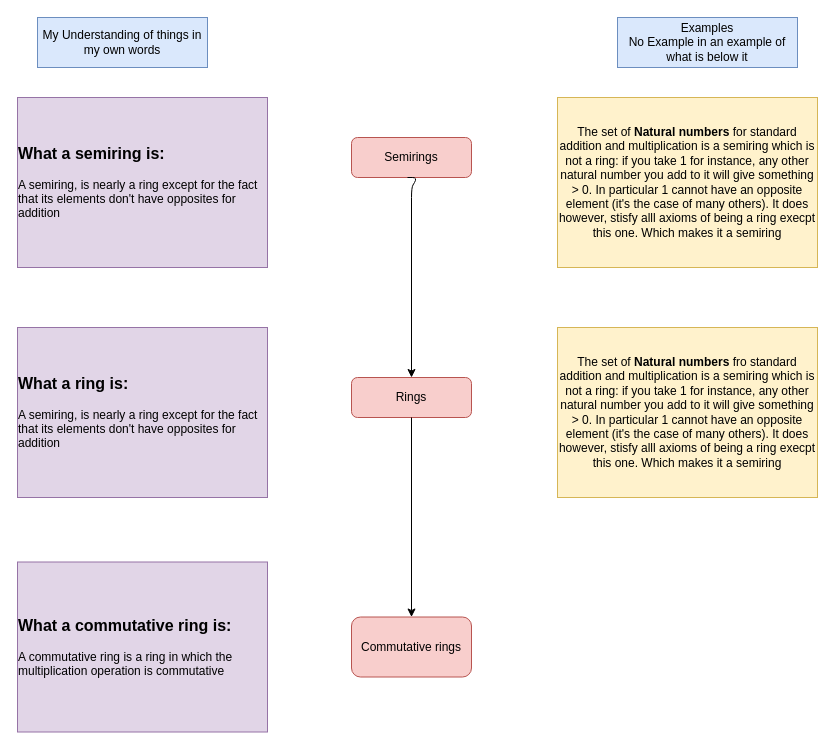
Above: Untitled Diagram.drawio in Amanite2012/Script (draw.io), before the change. Source tidied: cells renumbered, new cells numbered last; positions are measured from the earlier drawing's top-left corner, leaving out a move shared by most shapes. Both pictures are drawn from the tidied source at 100%, with x=0, y=0 at pixel (17, 17).
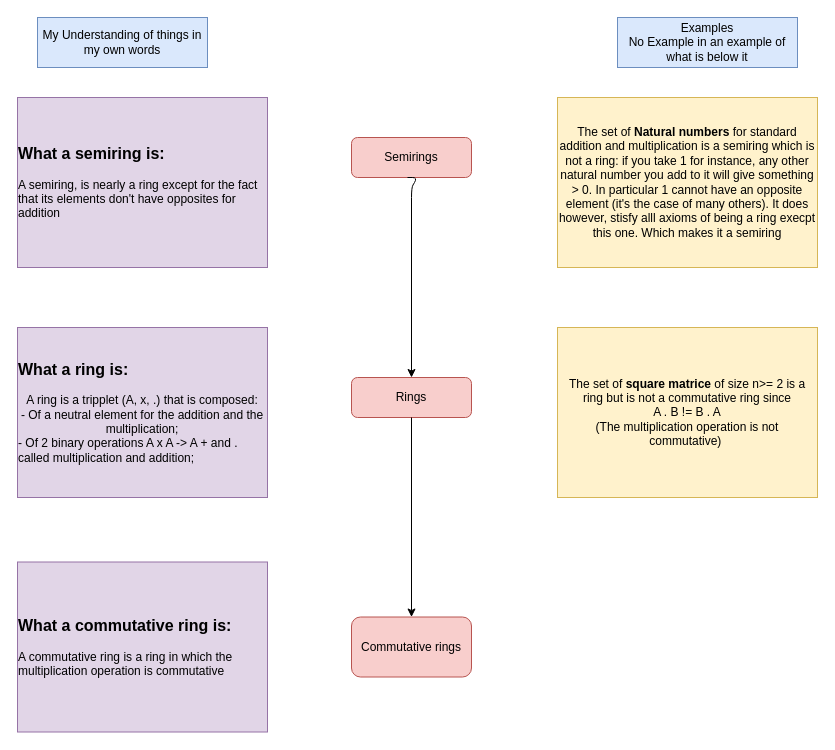
The same page after the edit.

What changed in the source:
```diff
@@
 <mxGraphModel>
   <root>
     <mxCell id="0" />
     <mxCell id="1" parent="0" />
     <mxCell id="2" value="My Understanding of things in my own words" style="rounded=0;whiteSpace=wrap;html=1;fillColor=#dae8fc;strokeColor=#6c8ebf;" parent="1" vertex="1">
       <mxGeometry x="20" width="170" height="50" as="geometry" />
     </mxCell>
     <mxCell id="3" value="&lt;div&gt;Examples&lt;/div&gt;&lt;div&gt;No Example in an example of what is below it&lt;br&gt;&lt;/div&gt;" style="rounded=0;whiteSpace=wrap;html=1;fillColor=#dae8fc;strokeColor=#6c8ebf;" parent="1" vertex="1">
       <mxGeometry x="600" width="180" height="50" as="geometry" />
     </mxCell>
     <mxCell id="4" value="Semirings" style="rounded=1;whiteSpace=wrap;html=1;fillColor=#f8cecc;strokeColor=#b85450;" parent="1" vertex="1">
       <mxGeometry x="334" y="120" width="120" height="40" as="geometry" />
     </mxCell>
     <mxCell id="5" value="&lt;div style=&quot;font-size: 16px&quot; align=&quot;left&quot;&gt;&lt;b&gt;What a semiring is:&lt;/b&gt;&lt;br&gt;&lt;/div&gt;&lt;div&gt;&lt;br&gt;&lt;/div&gt;&lt;div align=&quot;left&quot;&gt;A semiring, is nearly a ring except for the fact that its elements don't have opposites for addition&lt;br&gt;&lt;/div&gt;" style="rounded=0;whiteSpace=wrap;html=1;fillColor=#e1d5e7;strokeColor=#9673a6;" parent="1" vertex="1">
       <mxGeometry y="80" width="250" height="170" as="geometry" />
     </mxCell>
     <mxCell id="6" value="The set of &lt;b&gt;Natural numbers&lt;/b&gt; for standard addition and multiplication is a semiring which is not a ring: if you take 1 for instance, any other natural number you add to it will give something &amp;gt; 0. In particular 1 cannot have an opposite element (it's the case of many others). It does however, stisfy alll axioms of being a ring execpt this one. Which makes it a semiring" style="rounded=0;whiteSpace=wrap;html=1;fillColor=#fff2cc;strokeColor=#d6b656;" parent="1" vertex="1">
       <mxGeometry x="540" y="80" width="260" height="170" as="geometry" />
     </mxCell>
-    <mxCell id="7" value="&lt;div style=&quot;font-size: 16px&quot; align=&quot;left&quot;&gt;&lt;b&gt;What a ring is:&lt;/b&gt;&lt;br&gt;&lt;/div&gt;&lt;div&gt;&lt;br&gt;&lt;/div&gt;&lt;div align=&quot;left&quot;&gt;A semiring, is nearly a ring except for the fact that its elements don't have opposites for addition&lt;br&gt;&lt;/div&gt;" style="rounded=0;whiteSpace=wrap;html=1;fillColor=#e1d5e7;strokeColor=#9673a6;" parent="1" vertex="1">
+    <mxCell id="7" value="&lt;div style=&quot;font-size: 16px&quot; align=&quot;left&quot;&gt;&lt;b&gt;What a ring is:&lt;/b&gt;&lt;br&gt;&lt;/div&gt;&lt;div&gt;&lt;br&gt;&lt;/div&gt;&lt;div&gt;A ring is a tripplet (A, x, .) that is composed:&lt;/div&gt;&lt;div&gt;- Of a neutral element for the addition and the multiplication;&lt;/div&gt;&lt;div align=&quot;left&quot;&gt;- Of 2 binary operations A x A -&amp;gt; A + and . called multiplication and addition;&lt;br&gt;&lt;/div&gt;" style="rounded=0;whiteSpace=wrap;html=1;fillColor=#e1d5e7;strokeColor=#9673a6;" parent="1" vertex="1">
       <mxGeometry y="310" width="250" height="170" as="geometry" />
     </mxCell>
     <mxCell id="8" value="Rings" style="rounded=1;whiteSpace=wrap;html=1;fillColor=#f8cecc;strokeColor=#b85450;" parent="1" vertex="1">
       <mxGeometry x="334" y="360" width="120" height="40" as="geometry" />
     </mxCell>
     <mxCell id="9" style="endArrow=classic;html=1;entryX=0.5;entryY=0;entryDx=0;entryDy=0;" parent="1" edge="1" target="8">
       <mxGeometry relative="1" as="geometry">
         <mxPoint x="390" y="160" as="sourcePoint" />
         <Array as="points">
           <mxPoint x="400" y="160" />
           <mxPoint x="394" y="170" />
         </Array>
       </mxGeometry>
     </mxCell>
     <mxCell id="10" value="&lt;div style=&quot;font-size: 16px&quot; align=&quot;left&quot;&gt;&lt;b&gt;What a commutative ring is:&lt;/b&gt;&lt;br&gt;&lt;/div&gt;&lt;div&gt;&lt;br&gt;&lt;/div&gt;&lt;div align=&quot;left&quot;&gt;A commutative ring is a ring in which the multiplication operation is commutative&lt;br&gt;&lt;/div&gt;" style="rounded=0;whiteSpace=wrap;html=1;fillColor=#e1d5e7;strokeColor=#9673a6;" parent="1" vertex="1">
       <mxGeometry y="544.5" width="250" height="170" as="geometry" />
     </mxCell>
     <mxCell id="11" value="Commutative rings" style="rounded=1;whiteSpace=wrap;html=1;fillColor=#f8cecc;strokeColor=#b85450;" parent="1" vertex="1">
       <mxGeometry x="334" y="599.5" width="120" height="60" as="geometry" />
     </mxCell>
     <mxCell id="12" style="endArrow=classic;html=1;exitX=0.5;exitY=1;exitDx=0;exitDy=0;entryX=0.5;entryY=0;entryDx=0;entryDy=0;" parent="1" edge="1" source="8" target="11">
       <mxGeometry relative="1" as="geometry" />
     </mxCell>
-    <mxCell id="13" value="The set of &lt;b&gt;Natural numbers&lt;/b&gt; fro standard addition and multiplication is a semiring which is not a ring: if you take 1 for instance, any other natural number you add to it will give something &amp;gt; 0. In particular 1 cannot have an opposite element (it's the case of many others). It does however, stisfy alll axioms of being a ring execpt this one. Which makes it a semiring" style="rounded=0;whiteSpace=wrap;html=1;fillColor=#fff2cc;strokeColor=#d6b656;" parent="1" vertex="1">
+    <mxCell id="13" value="&lt;div&gt;The set of &lt;b&gt;square matrice&lt;/b&gt; of size n&amp;gt;= 2 is a ring but is not a commutative ring since &lt;br&gt;&lt;/div&gt;&lt;div&gt;A . B != B . A&lt;/div&gt;&lt;div&gt;(The multiplication operation is not commutative)&amp;nbsp; &lt;/div&gt;" style="rounded=0;whiteSpace=wrap;html=1;fillColor=#fff2cc;strokeColor=#d6b656;" parent="1" vertex="1">
       <mxGeometry x="540" y="310" width="260" height="170" as="geometry" />
     </mxCell>
   </root>
 </mxGraphModel>
```
